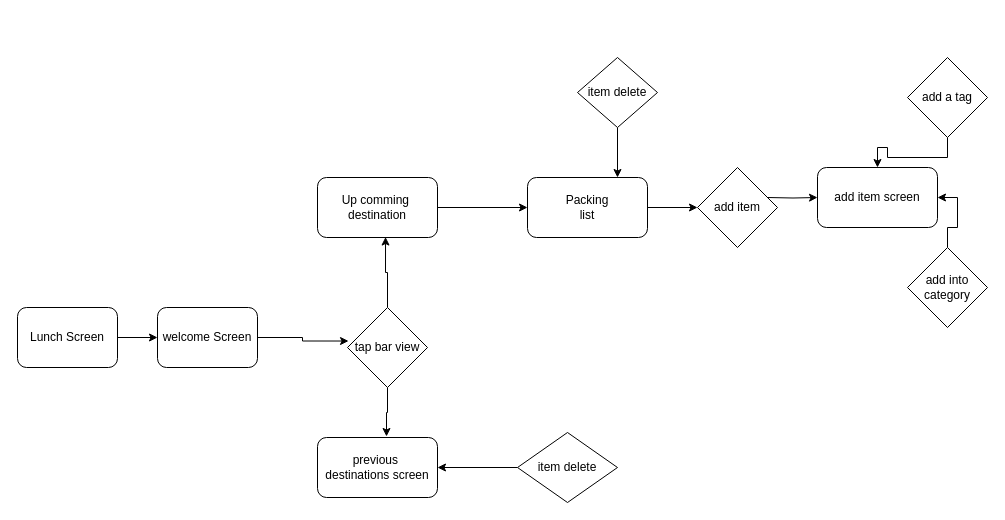
Above: travel-checklist.drawio in BorisOften/travel-checklist (draw.io), before the change. Source tidied: cells renumbered, new cells numbered last; positions are measured from the earlier drawing's top-left corner, leaving out a move shared by most shapes. Both pictures are drawn from the tidied source at 100%, with x=0, y=0 at pixel (17, 57).
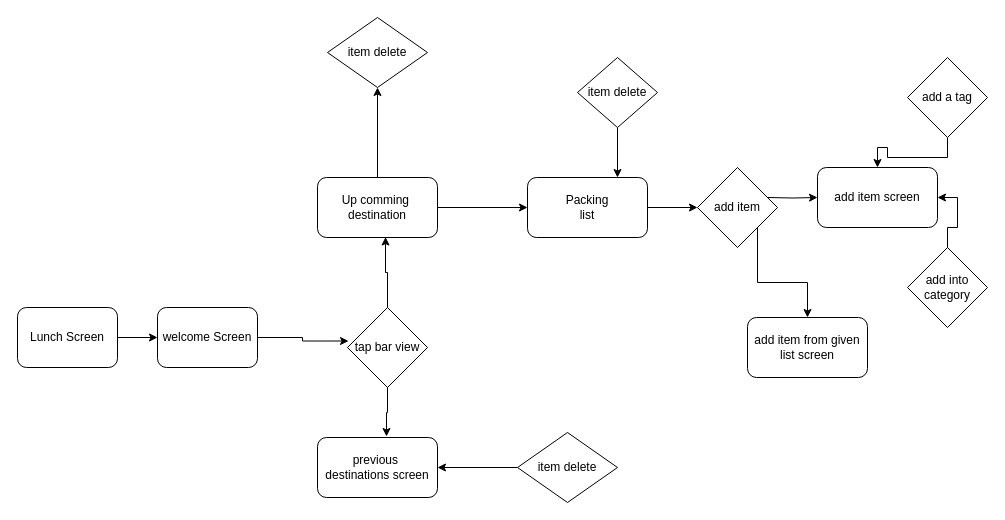
The same page after the edit.

Unchanged cells that the change refers to:
```xml
<mxCell id="7" value="Up comming&amp;nbsp;&lt;br&gt;destination" style="rounded=1;whiteSpace=wrap;html=1;" parent="1" vertex="1">
  <mxGeometry x="300" y="120" width="120" height="60" as="geometry" />
</mxCell>
<mxCell id="18" value="add item" style="rhombus;whiteSpace=wrap;html=1;" parent="1" vertex="1">
  <mxGeometry x="680" y="110" width="80" height="80" as="geometry" />
</mxCell>
```

Diff of the diagram source:
```diff
@@
+    <mxCell id="25" style="edgeStyle=orthogonalEdgeStyle;rounded=0;jettySize=auto;html=1;exitX=0.5;exitY=0;exitDx=0;exitDy=0;" parent="1" edge="1" source="7" target="28">
+      <mxGeometry relative="1" as="geometry" />
+    </mxCell>
@@
+    <mxCell id="26" style="edgeStyle=orthogonalEdgeStyle;rounded=0;jettySize=auto;html=1;exitX=1;exitY=1;exitDx=0;exitDy=0;entryX=0.5;entryY=0;entryDx=0;entryDy=0;" parent="1" edge="1" source="18" target="27">
+      <mxGeometry relative="1" as="geometry" />
+    </mxCell>
@@
+    <mxCell id="27" value="add item from given list screen" style="rounded=1;whiteSpace=wrap;html=1;" parent="1" vertex="1">
+      <mxGeometry x="730" y="260" width="120" height="60" as="geometry" />
+    </mxCell>
+    <mxCell id="28" value="item delete" style="rhombus;whiteSpace=wrap;html=1;" parent="1" vertex="1">
+      <mxGeometry x="310" y="-40" width="100" height="70" as="geometry" />
+    </mxCell>
```
